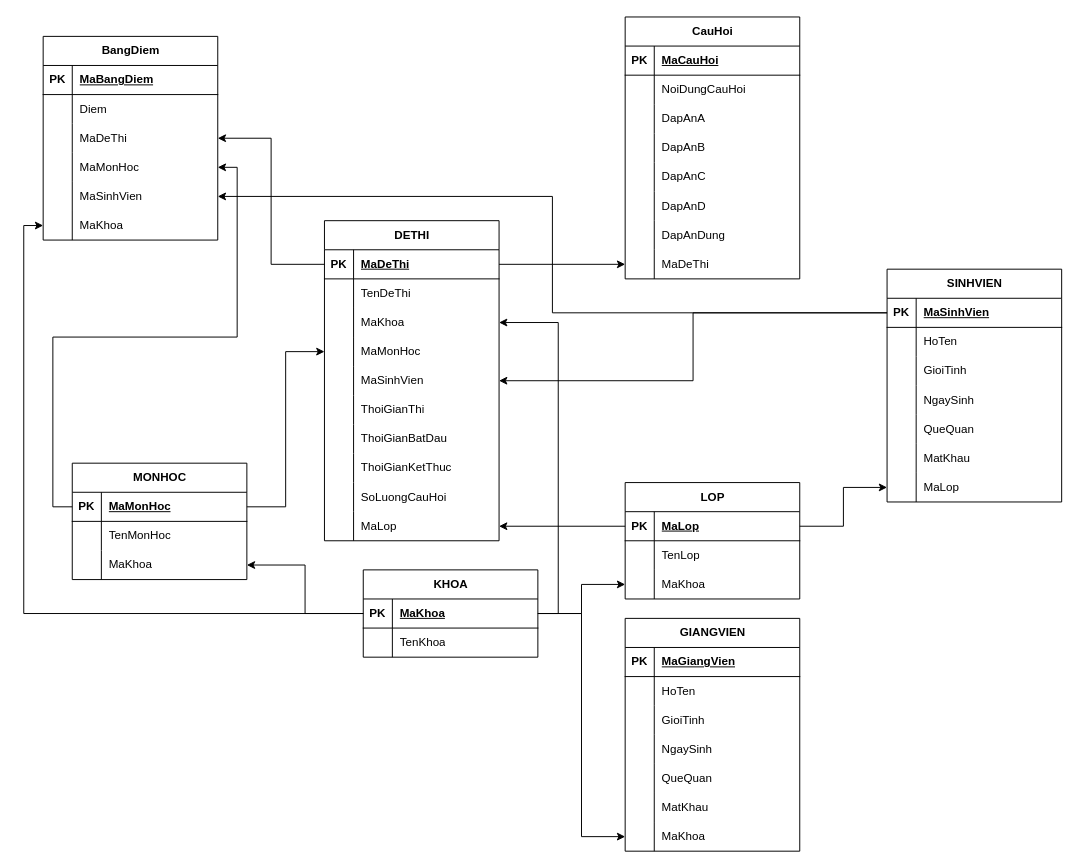
Before: ThiTracNghiem.drawio in dinhgiang1-git/UTT_C_SHARP_AppThiTracNghiem, a draw.io diagram. Source tidied: cells renumbered, new cells numbered last; positions are measured from the earlier drawing's top-left corner, leaving out a move shared by most shapes. Both pictures are drawn from the tidied source at 97%, with x=0, y=0 at pixel (43, 16).
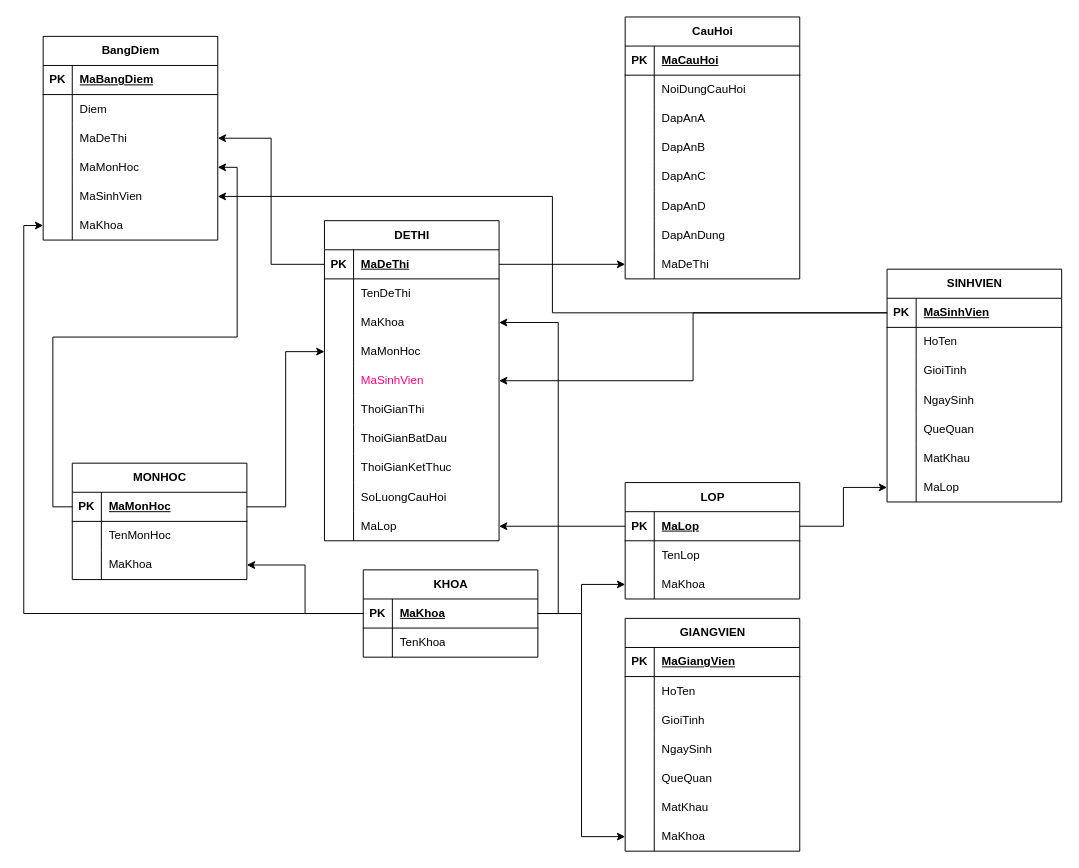
The same diagram, later.

Unchanged cells that the change refers to:
```xml
<mxCell id="53" value="DETHI" style="shape=table;startSize=30;childLayout=tableLayout;rowLines=0;fontStyle=1;align=center;html=1;" parent="1" vertex="1">
  <mxGeometry x="290" y="210" width="180" height="330" as="geometry" />
</mxCell>
```

Change to the diagram source:
```diff
@@
-    <mxCell id="66" style="shape=tableRow;horizontal=0;startSize=0;swimlaneHead=0;swimlaneBody=0;fillColor=none;points=[[0,0.5],[1,0.5]];portConstraint=eastwest;top=0;left=0;right=0;bottom=0;" parent="53" vertex="1">
+    <mxCell id="66" style="shape=tableRow;horizontal=0;startSize=0;swimlaneHead=0;swimlaneBody=0;fillColor=none;points=[[0,0.5],[1,0.5]];portConstraint=eastwest;top=0;left=0;right=0;bottom=0;fontColor=#EA6B66;" parent="53" vertex="1">
       <mxGeometry y="150" width="180" height="30" as="geometry" />
     </mxCell>
@@
-    <mxCell id="68" value="MaSinhVien" style="shape=partialRectangle;fillColor=none;top=0;left=0;bottom=0;right=0;align=left;spacingLeft=6;overflow=hidden;whiteSpace=wrap;html=1;" parent="66" vertex="1">
+    <mxCell id="68" value="MaSinhVien" style="shape=partialRectangle;fillColor=none;top=0;left=0;bottom=0;right=0;align=left;spacingLeft=6;overflow=hidden;whiteSpace=wrap;html=1;fontColor=#FF0080;" parent="66" vertex="1">
       <mxGeometry x="30" width="150" height="30" as="geometry" />
     </mxCell>
```
